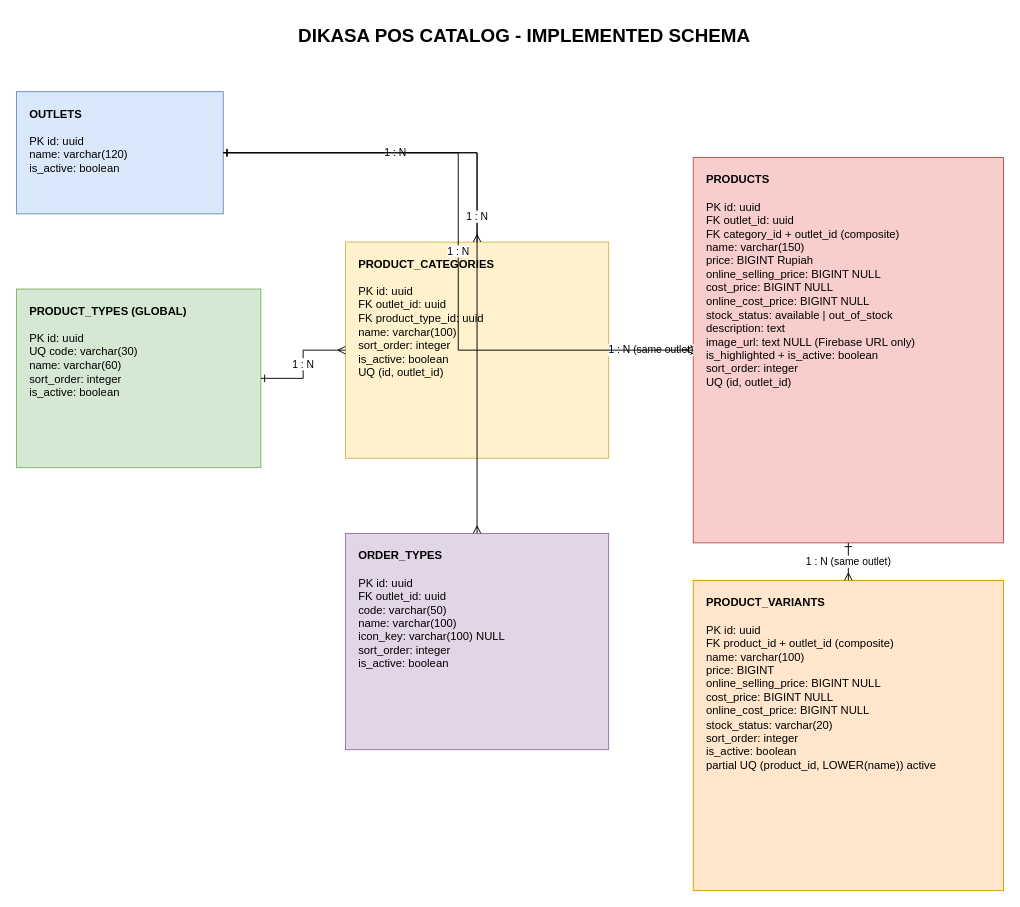
Before: page "Katalog-POS" (2 of 12) of docs/architecture/DIKASA.drawio in DIKASA-COMPANY/be-dikasa, a draw.io diagram. Source tidied: cells renumbered, new cells numbered last; positions are measured from the earlier drawing's top-left corner, leaving out a move shared by most shapes. Both pictures are drawn from the tidied source at 94%, with x=0, y=0 at pixel (16, 16).
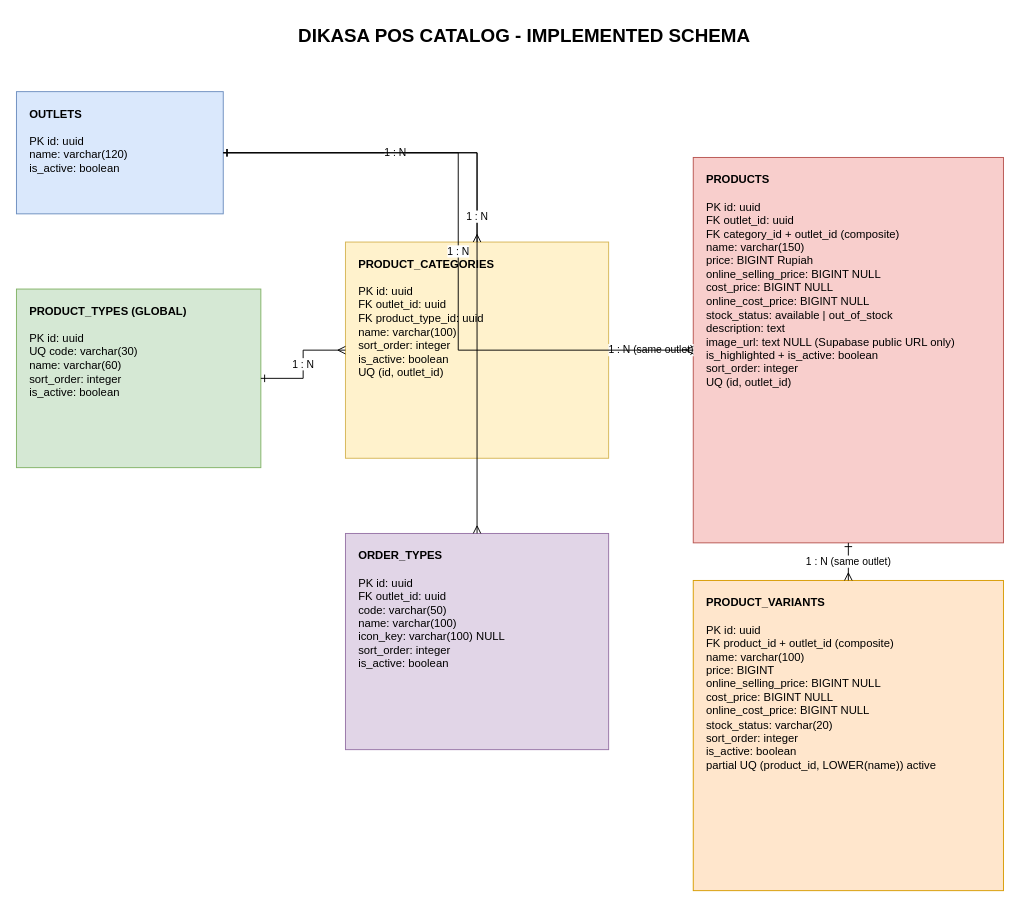
After the change.

Diff of the diagram source:
```diff
@@
 <mxGraphModel>
   <root>
     <mxCell id="0" />
     <mxCell id="1" parent="0" />
     <mxCell id="2" value="DIKASA POS CATALOG - IMPLEMENTED SCHEMA" style="text;html=1;align=center;verticalAlign=middle;fontSize=20;fontStyle=1;" parent="1" vertex="1">
       <mxGeometry x="240" width="600" height="40" as="geometry" />
     </mxCell>
     <mxCell id="3" value="&lt;b&gt;OUTLETS&lt;/b&gt;&lt;br&gt;&lt;br&gt;PK id: uuid&lt;br&gt;name: varchar(120)&lt;br&gt;is_active: boolean" style="rounded=0;whiteSpace=wrap;html=1;align=left;verticalAlign=top;spacingLeft=12;spacingTop=10;fillColor=#dae8fc;strokeColor=#6c8ebf;" parent="1" vertex="1">
       <mxGeometry y="80" width="220" height="130" as="geometry" />
     </mxCell>
     <mxCell id="4" value="&lt;b&gt;PRODUCT_TYPES (GLOBAL)&lt;/b&gt;&lt;br&gt;&lt;br&gt;PK id: uuid&lt;br&gt;UQ code: varchar(30)&lt;br&gt;name: varchar(60)&lt;br&gt;sort_order: integer&lt;br&gt;is_active: boolean" style="rounded=0;whiteSpace=wrap;html=1;align=left;verticalAlign=top;spacingLeft=12;spacingTop=10;fillColor=#d5e8d4;strokeColor=#82b366;" parent="1" vertex="1">
       <mxGeometry y="290" width="260" height="190" as="geometry" />
     </mxCell>
     <mxCell id="5" value="&lt;b&gt;PRODUCT_CATEGORIES&lt;/b&gt;&lt;br&gt;&lt;br&gt;PK id: uuid&lt;br&gt;FK outlet_id: uuid&lt;br&gt;FK product_type_id: uuid&lt;br&gt;name: varchar(100)&lt;br&gt;sort_order: integer&lt;br&gt;is_active: boolean&lt;br&gt;UQ (id, outlet_id)" style="rounded=0;whiteSpace=wrap;html=1;align=left;verticalAlign=top;spacingLeft=12;spacingTop=10;fillColor=#fff2cc;strokeColor=#d6b656;" parent="1" vertex="1">
       <mxGeometry x="350" y="240" width="280" height="230" as="geometry" />
     </mxCell>
-    <mxCell id="6" value="&lt;b&gt;PRODUCTS&lt;/b&gt;&lt;br&gt;&lt;br&gt;PK id: uuid&lt;br&gt;FK outlet_id: uuid&lt;br&gt;FK category_id + outlet_id (composite)&lt;br&gt;name: varchar(150)&lt;br&gt;price: BIGINT Rupiah&lt;br&gt;online_selling_price: BIGINT NULL&lt;br&gt;cost_price: BIGINT NULL&lt;br&gt;online_cost_price: BIGINT NULL&lt;br&gt;stock_status: available | out_of_stock&lt;br&gt;description: text&lt;br&gt;image_url: text NULL (Firebase URL only)&lt;br&gt;is_highlighted + is_active: boolean&lt;br&gt;sort_order: integer&lt;br&gt;UQ (id, outlet_id)" style="rounded=0;whiteSpace=wrap;html=1;align=left;verticalAlign=top;spacingLeft=12;spacingTop=10;fillColor=#f8cecc;strokeColor=#b85450;" parent="1" vertex="1">
+    <mxCell id="6" value="&lt;b&gt;PRODUCTS&lt;/b&gt;&lt;br&gt;&lt;br&gt;PK id: uuid&lt;br&gt;FK outlet_id: uuid&lt;br&gt;FK category_id + outlet_id (composite)&lt;br&gt;name: varchar(150)&lt;br&gt;price: BIGINT Rupiah&lt;br&gt;online_selling_price: BIGINT NULL&lt;br&gt;cost_price: BIGINT NULL&lt;br&gt;online_cost_price: BIGINT NULL&lt;br&gt;stock_status: available | out_of_stock&lt;br&gt;description: text&lt;br&gt;image_url: text NULL (Supabase public URL only)&lt;br&gt;is_highlighted + is_active: boolean&lt;br&gt;sort_order: integer&lt;br&gt;UQ (id, outlet_id)" style="rounded=0;whiteSpace=wrap;html=1;align=left;verticalAlign=top;spacingLeft=12;spacingTop=10;fillColor=#f8cecc;strokeColor=#b85450;" parent="1" vertex="1">
       <mxGeometry x="720" y="150" width="330" height="410" as="geometry" />
     </mxCell>
     <mxCell id="7" value="&lt;b&gt;PRODUCT_VARIANTS&lt;/b&gt;&lt;br&gt;&lt;br&gt;PK id: uuid&lt;br&gt;FK product_id + outlet_id (composite)&lt;br&gt;name: varchar(100)&lt;br&gt;price: BIGINT&lt;br&gt;online_selling_price: BIGINT NULL&lt;br&gt;cost_price: BIGINT NULL&lt;br&gt;online_cost_price: BIGINT NULL&lt;br&gt;stock_status: varchar(20)&lt;br&gt;sort_order: integer&lt;br&gt;is_active: boolean&lt;br&gt;partial UQ (product_id, LOWER(name)) active" style="rounded=0;whiteSpace=wrap;html=1;align=left;verticalAlign=top;spacingLeft=12;spacingTop=10;fillColor=#ffe6cc;strokeColor=#d79b00;" parent="1" vertex="1">
       <mxGeometry x="720" y="600" width="330" height="330" as="geometry" />
     </mxCell>
     <mxCell id="8" value="&lt;b&gt;ORDER_TYPES&lt;/b&gt;&lt;br&gt;&lt;br&gt;PK id: uuid&lt;br&gt;FK outlet_id: uuid&lt;br&gt;code: varchar(50)&lt;br&gt;name: varchar(100)&lt;br&gt;icon_key: varchar(100) NULL&lt;br&gt;sort_order: integer&lt;br&gt;is_active: boolean" style="rounded=0;whiteSpace=wrap;html=1;align=left;verticalAlign=top;spacingLeft=12;spacingTop=10;fillColor=#e1d5e7;strokeColor=#9673a6;" parent="1" vertex="1">
       <mxGeometry x="350" y="550" width="280" height="230" as="geometry" />
     </mxCell>
     <mxCell id="9" value="1 : N" style="edgeStyle=orthogonalEdgeStyle;rounded=0;html=1;endArrow=ERmany;startArrow=ERone;" parent="1" edge="1" source="3" target="5">
       <mxGeometry relative="1" as="geometry" />
     </mxCell>
     <mxCell id="10" value="1 : N" style="edgeStyle=orthogonalEdgeStyle;rounded=0;html=1;endArrow=ERmany;startArrow=ERone;" parent="1" edge="1" source="4" target="5">
       <mxGeometry relative="1" as="geometry" />
     </mxCell>
     <mxCell id="11" value="1 : N (same outlet)" style="edgeStyle=orthogonalEdgeStyle;rounded=0;html=1;endArrow=ERmany;startArrow=ERone;" parent="1" edge="1" source="5" target="6">
       <mxGeometry relative="1" as="geometry" />
     </mxCell>
     <mxCell id="12" value="1 : N" style="edgeStyle=orthogonalEdgeStyle;rounded=0;html=1;endArrow=ERmany;startArrow=ERone;" parent="1" edge="1" source="3" target="6">
       <mxGeometry relative="1" as="geometry" />
     </mxCell>
     <mxCell id="13" value="1 : N" style="edgeStyle=orthogonalEdgeStyle;rounded=0;html=1;endArrow=ERmany;startArrow=ERone;" parent="1" edge="1" source="3" target="8">
       <mxGeometry relative="1" as="geometry" />
     </mxCell>
     <mxCell id="14" value="1 : N (same outlet)" style="edgeStyle=orthogonalEdgeStyle;rounded=0;html=1;endArrow=ERmany;startArrow=ERone;" parent="1" edge="1" source="6" target="7">
       <mxGeometry relative="1" as="geometry" />
     </mxCell>
   </root>
 </mxGraphModel>
```
